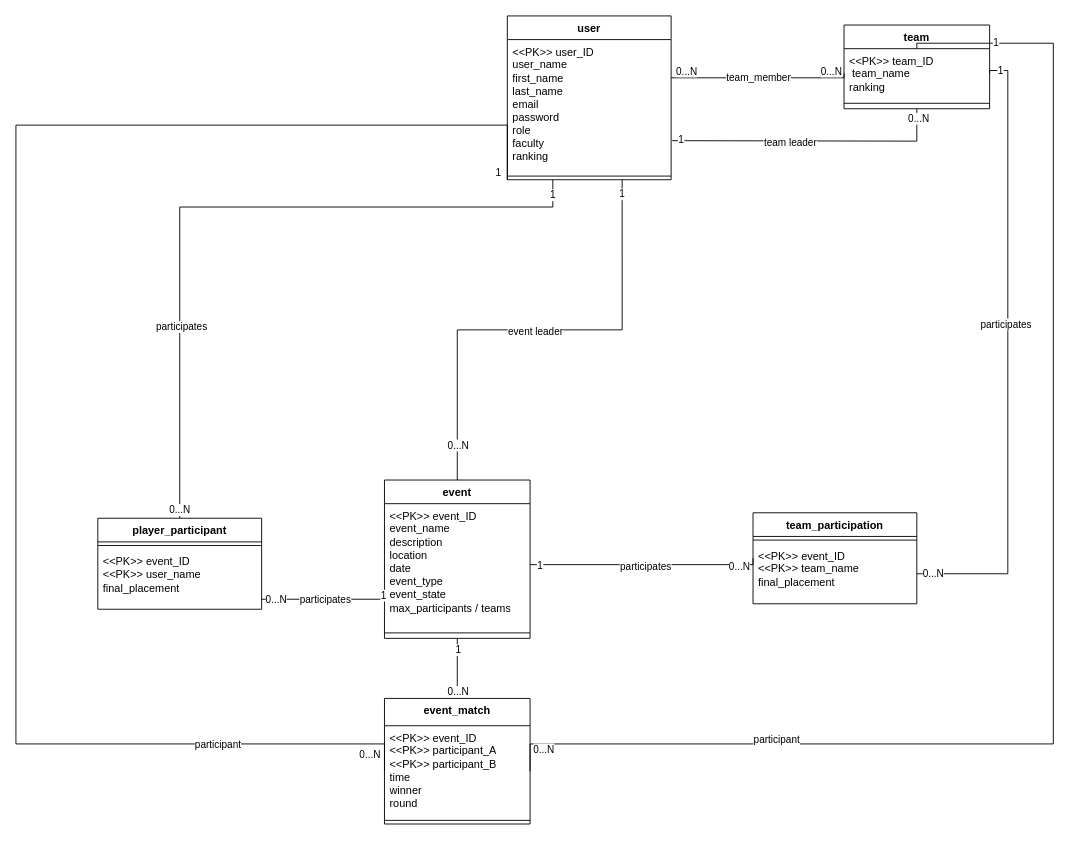
xschons00/IIS_TURNIS_system keeps this draw.io diagram as docs/erd_diagram.drawio. Above is the earlier version. Source tidied: cells renumbered, new cells numbered last; positions are measured from the earlier drawing's top-left corner, leaving out a move shared by most shapes. Both pictures are drawn from the tidied source at 91%, with x=0, y=0 at pixel (15, 15).
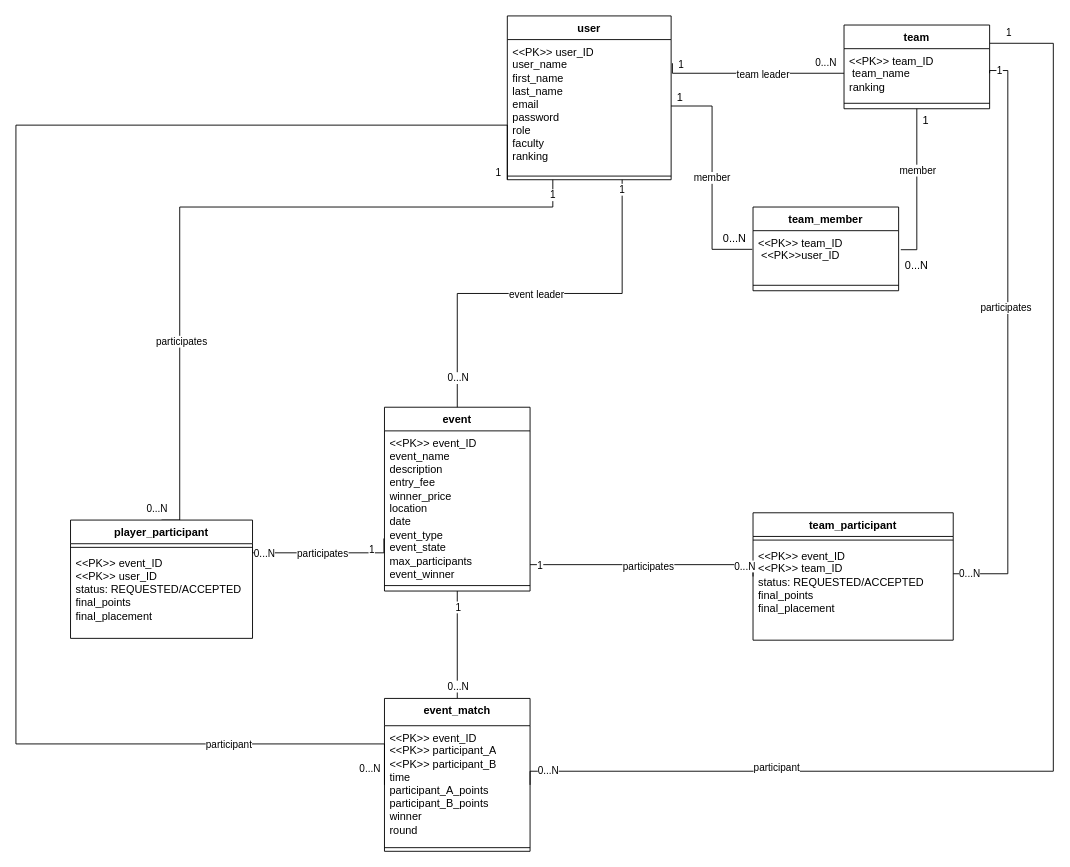
After the change.

The change refers to these unchanged cells:
```xml
<mxCell id="2" style="edgeStyle=orthogonalEdgeStyle;rounded=0;jettySize=auto;html=1;entryX=0.5;entryY=0;entryDx=0;entryDy=0;endArrow=none;endFill=0;" parent="1" edge="1" source="10" target="45">
  <mxGeometry relative="1" as="geometry">
    <Array as="points">
      <mxPoint x="590" y="210" />
      <mxPoint x="180" y="210" />
    </Array>
  </mxGeometry>
</mxCell>
<mxCell id="11" value="&lt;div&gt;&amp;lt;&amp;lt;PK&amp;gt;&amp;gt; user_ID&lt;/div&gt;&lt;div&gt;user_name&lt;/div&gt;&lt;div&gt;first_name&lt;/div&gt;&lt;div&gt;last_name&lt;/div&gt;&lt;div&gt;email&lt;/div&gt;&lt;div&gt;password&lt;/div&gt;&lt;div&gt;role&lt;/div&gt;&lt;div&gt;faculty&lt;/div&gt;&lt;div&gt;ranking&lt;/div&gt;&lt;div&gt;&lt;br&gt;&lt;br&gt;&lt;/div&gt;" style="text;strokeColor=none;fillColor=none;align=left;verticalAlign=top;spacingLeft=4;spacingRight=4;overflow=hidden;points=[[0,0.5],[1,0.5]];portConstraint=eastwest;whiteSpace=wrap;html=1;" parent="10" vertex="1">
  <mxGeometry y="26" width="180" height="146" as="geometry" />
</mxCell>
<mxCell id="13" value="team" style="swimlane;fontStyle=1;align=center;verticalAlign=top;horizontal=1;startSize=26;whiteSpace=wrap;html=1;" parent="1" vertex="1">
  <mxGeometry x="910" y="10" width="160" height="92" as="geometry" />
</mxCell>
<mxCell id="14" value="&lt;div&gt;&amp;lt;&amp;lt;PK&amp;gt;&amp;gt; team_ID&lt;/div&gt;&lt;div&gt;&amp;nbsp;team_name&lt;/div&gt;&lt;div&gt;ranking&lt;/div&gt;&lt;div&gt;&lt;br&gt;&lt;/div&gt;&lt;div&gt;&lt;br&gt;&lt;/div&gt;" style="text;strokeColor=none;fillColor=none;align=left;verticalAlign=top;spacingLeft=4;spacingRight=4;overflow=hidden;points=[[0,0.5],[1,0.5]];portConstraint=eastwest;whiteSpace=wrap;html=1;" parent="13" vertex="1">
  <mxGeometry y="26" width="160" height="54" as="geometry" />
</mxCell>
```

The edit, as a diff of the source:
```diff
@@
     <mxCell id="4" value="0...N" style="edgeLabel;html=1;align=center;verticalAlign=middle;" parent="2" vertex="1">
       <mxGeometry x="0.98" y="-1" relative="1" as="geometry">
-        <mxPoint y="-2" as="offset" />
+        <mxPoint x="-14" y="-12" as="offset" />
       </mxGeometry>
     </mxCell>
@@
     <mxCell id="19" value="event" style="swimlane;fontStyle=1;align=center;verticalAlign=top;horizontal=1;startSize=26;whiteSpace=wrap;html=1;" parent="1" vertex="1">
-      <mxGeometry x="405" y="510" width="160" height="174" as="geometry" />
+      <mxGeometry x="405" y="430" width="160" height="202" as="geometry" />
     </mxCell>
-    <mxCell id="20" value="&lt;div&gt;&amp;lt;&amp;lt;PK&amp;gt;&amp;gt; event_ID&lt;/div&gt;&lt;div&gt;event_name&lt;/div&gt;&lt;div&gt;&lt;div&gt;description&lt;/div&gt;&lt;div&gt;location&lt;/div&gt;&lt;/div&gt;&lt;div&gt;date&lt;/div&gt;&lt;div&gt;event_type&lt;/div&gt;&lt;div&gt;event_state&lt;/div&gt;&lt;div&gt;max_participants / teams&lt;/div&gt;" style="text;strokeColor=none;fillColor=none;align=left;verticalAlign=top;spacingLeft=4;spacingRight=4;overflow=hidden;points=[[0,0.5],[1,0.5]];portConstraint=eastwest;whiteSpace=wrap;html=1;" parent="19" vertex="1">
-      <mxGeometry y="26" width="160" height="136" as="geometry" />
+    <mxCell id="20" value="&lt;div&gt;&amp;lt;&amp;lt;PK&amp;gt;&amp;gt; event_ID&lt;/div&gt;&lt;div&gt;event_name&lt;/div&gt;&lt;div&gt;&lt;div&gt;description&lt;/div&gt;&lt;div&gt;entry_fee&lt;/div&gt;&lt;div&gt;winner_price&lt;/div&gt;&lt;div&gt;location&lt;/div&gt;&lt;/div&gt;&lt;div&gt;date&lt;/div&gt;&lt;div&gt;event_type&lt;/div&gt;&lt;div&gt;event_state&lt;/div&gt;&lt;div&gt;max_participants&lt;/div&gt;event_winner" style="text;strokeColor=none;fillColor=none;align=left;verticalAlign=top;spacingLeft=4;spacingRight=4;overflow=hidden;points=[[0,0.5],[1,0.5]];portConstraint=eastwest;whiteSpace=wrap;html=1;" parent="19" vertex="1">
+      <mxGeometry y="26" width="160" height="164" as="geometry" />
     </mxCell>
     <mxCell id="21" style="line;strokeWidth=1;fillColor=none;align=left;verticalAlign=middle;spacingTop=-1;spacingLeft=3;spacingRight=3;labelPosition=right;strokeColor=inherit;" parent="19" vertex="1">
-      <mxGeometry y="162" width="160" height="12" as="geometry" />
+      <mxGeometry y="190" width="160" height="12" as="geometry" />
     </mxCell>
@@
-    <mxCell id="26" style="edgeStyle=orthogonalEdgeStyle;rounded=0;jettySize=auto;html=1;entryX=0;entryY=0.5;entryDx=0;entryDy=0;endArrow=none;endFill=0;" parent="1" edge="1" source="11" target="14">
-      <mxGeometry relative="1" as="geometry">
-        <Array as="points">
-          <mxPoint x="910" y="68" />
-        </Array>
-      </mxGeometry>
-    </mxCell>
-    <mxCell id="27" value="team_member" style="edgeLabel;html=1;align=center;verticalAlign=middle;" parent="26" vertex="1">
-      <mxGeometry x="-0.03" y="1" relative="1" as="geometry" />
-    </mxCell>
-    <mxCell id="28" value="0...N" style="edgeLabel;html=1;align=center;verticalAlign=middle;" parent="26" vertex="1">
-      <mxGeometry x="-0.91" y="1" relative="1" as="geometry">
-        <mxPoint x="7" y="-7" as="offset" />
-      </mxGeometry>
-    </mxCell>
-    <mxCell id="29" value="0...N" style="edgeLabel;html=1;align=center;verticalAlign=middle;" parent="26" vertex="1">
-      <mxGeometry x="0.82" y="-1" relative="1" as="geometry">
-        <mxPoint x="-2" y="-9" as="offset" />
-      </mxGeometry>
-    </mxCell>
-    <mxCell id="30" style="edgeStyle=orthogonalEdgeStyle;rounded=0;jettySize=auto;html=1;entryX=0.5;entryY=1;entryDx=0;entryDy=0;endArrow=none;endFill=0;exitX=1.006;exitY=0.265;exitDx=0;exitDy=0;exitPerimeter=0;" parent="1" edge="1" target="13">
+    <mxCell id="30" style="edgeStyle=orthogonalEdgeStyle;rounded=0;jettySize=auto;html=1;entryX=0;entryY=0.5;entryDx=0;entryDy=0;endArrow=none;endFill=0;exitX=1.008;exitY=0.178;exitDx=0;exitDy=0;exitPerimeter=0;" parent="1" edge="1" source="11" target="14">
       <mxGeometry relative="1" as="geometry">
-        <mxPoint x="721.1" y="137.1" as="sourcePoint" />
+        <Array as="points">
+          <mxPoint x="721" y="63" />
+        </Array>
       </mxGeometry>
     </mxCell>
@@
     <mxCell id="32" value="1" style="edgeLabel;html=1;align=center;verticalAlign=middle;" parent="30" vertex="1">
       <mxGeometry x="-0.94" y="-2" relative="1" as="geometry">
-        <mxPoint y="-4" as="offset" />
+        <mxPoint x="11" y="-4" as="offset" />
       </mxGeometry>
     </mxCell>
     <mxCell id="33" value="0...N" style="edgeLabel;html=1;align=center;verticalAlign=middle;" parent="30" vertex="1">
-      <mxGeometry x="0.93" y="-1" relative="1" as="geometry" />
+      <mxGeometry x="0.93" y="-1" relative="1" as="geometry">
+        <mxPoint x="-14" y="-14" as="offset" />
+      </mxGeometry>
     </mxCell>
-    <mxCell id="34" value="team_participation" style="swimlane;fontStyle=1;align=center;verticalAlign=top;horizontal=1;startSize=26;whiteSpace=wrap;html=1;" parent="1" vertex="1">
-      <mxGeometry x="810" y="546" width="180" height="100" as="geometry" />
+    <mxCell id="34" value="team_participant" style="swimlane;fontStyle=1;align=center;verticalAlign=top;horizontal=1;startSize=26;whiteSpace=wrap;html=1;" parent="1" vertex="1">
+      <mxGeometry x="810" y="546" width="220" height="140" as="geometry" />
     </mxCell>
     <mxCell id="35" style="line;strokeWidth=1;fillColor=none;align=left;verticalAlign=middle;spacingTop=-1;spacingLeft=3;spacingRight=3;labelPosition=right;strokeColor=inherit;" parent="34" vertex="1">
-      <mxGeometry y="26" width="180" height="8" as="geometry" />
+      <mxGeometry y="26" width="220" height="8" as="geometry" />
     </mxCell>
-    <mxCell id="36" value="&lt;div&gt;&amp;lt;&amp;lt;PK&amp;gt;&amp;gt; event_ID&lt;/div&gt;&lt;div&gt;&amp;lt;&amp;lt;PK&amp;gt;&amp;gt; team_name&lt;/div&gt;&lt;div&gt;final_placement&lt;/div&gt;" style="text;strokeColor=none;fillColor=none;align=left;verticalAlign=top;spacingLeft=4;spacingRight=4;overflow=hidden;points=[[0,0.5],[1,0.5]];portConstraint=eastwest;whiteSpace=wrap;html=1;" parent="34" vertex="1">
-      <mxGeometry y="34" width="180" height="66" as="geometry" />
+    <mxCell id="36" value="&lt;div&gt;&amp;lt;&amp;lt;PK&amp;gt;&amp;gt; event_ID&lt;/div&gt;&lt;div&gt;&amp;lt;&amp;lt;PK&amp;gt;&amp;gt; team_ID&lt;/div&gt;&lt;div&gt;&lt;div&gt;status: REQUESTED/ACCEPTED&lt;/div&gt;&lt;div&gt;final_points&lt;/div&gt;&lt;div&gt;final_placement&lt;/div&gt;&lt;/div&gt;" style="text;strokeColor=none;fillColor=none;align=left;verticalAlign=top;spacingLeft=4;spacingRight=4;overflow=hidden;points=[[0,0.5],[1,0.5]];portConstraint=eastwest;whiteSpace=wrap;html=1;" parent="34" vertex="1">
+      <mxGeometry y="34" width="220" height="106" as="geometry" />
     </mxCell>
@@
     <mxCell id="45" value="player_participant" style="swimlane;fontStyle=1;align=center;verticalAlign=top;horizontal=1;startSize=26;whiteSpace=wrap;html=1;" parent="1" vertex="1">
-      <mxGeometry x="90" y="552" width="180" height="100" as="geometry" />
+      <mxGeometry x="60" y="554" width="200" height="130" as="geometry" />
     </mxCell>
     <mxCell id="46" style="line;strokeWidth=1;fillColor=none;align=left;verticalAlign=middle;spacingTop=-1;spacingLeft=3;spacingRight=3;labelPosition=right;strokeColor=inherit;" parent="45" vertex="1">
-      <mxGeometry y="26" width="180" height="8" as="geometry" />
+      <mxGeometry y="26" width="200" height="8" as="geometry" />
     </mxCell>
-    <mxCell id="47" value="&lt;div&gt;&amp;lt;&amp;lt;PK&amp;gt;&amp;gt; event_ID&lt;/div&gt;&lt;div&gt;&amp;lt;&amp;lt;PK&amp;gt;&amp;gt; user_name&lt;/div&gt;&lt;div&gt;final_placement&lt;/div&gt;" style="text;strokeColor=none;fillColor=none;align=left;verticalAlign=top;spacingLeft=4;spacingRight=4;overflow=hidden;points=[[0,0.5],[1,0.5]];portConstraint=eastwest;whiteSpace=wrap;html=1;" parent="45" vertex="1">
-      <mxGeometry y="34" width="180" height="66" as="geometry" />
+    <mxCell id="47" value="&lt;div&gt;&amp;lt;&amp;lt;PK&amp;gt;&amp;gt; event_ID&lt;/div&gt;&lt;div&gt;&amp;lt;&amp;lt;PK&amp;gt;&amp;gt; user_ID&lt;/div&gt;&lt;div&gt;status: REQUESTED/ACCEPTED&lt;/div&gt;&lt;div&gt;final_points&lt;/div&gt;&lt;div&gt;final_placement&lt;/div&gt;" style="text;strokeColor=none;fillColor=none;align=left;verticalAlign=top;spacingLeft=4;spacingRight=4;overflow=hidden;points=[[0,0.5],[1,0.5]];portConstraint=eastwest;whiteSpace=wrap;html=1;" parent="45" vertex="1">
+      <mxGeometry y="34" width="200" height="96" as="geometry" />
     </mxCell>
-    <mxCell id="48" style="edgeStyle=orthogonalEdgeStyle;rounded=0;jettySize=auto;html=1;entryX=-0.004;entryY=0.721;entryDx=0;entryDy=0;entryPerimeter=0;endArrow=none;endFill=0;" parent="1" edge="1" source="47" target="20">
+    <mxCell id="48" style="edgeStyle=orthogonalEdgeStyle;rounded=0;jettySize=auto;html=1;entryX=-0.004;entryY=0.721;entryDx=0;entryDy=0;entryPerimeter=0;endArrow=none;endFill=0;exitX=1;exitY=0.25;exitDx=0;exitDy=0;" parent="1" edge="1" source="45" target="20">
       <mxGeometry relative="1" as="geometry">
         <Array as="points">
-          <mxPoint x="300" y="641" />
-          <mxPoint x="300" y="641" />
+          <mxPoint x="260" y="590" />
+          <mxPoint x="404" y="590" />
         </Array>
       </mxGeometry>
     </mxCell>
@@
     <mxCell id="51" value="1" style="edgeLabel;html=1;align=center;verticalAlign=middle;" parent="48" vertex="1">
       <mxGeometry x="0.94" y="-1" relative="1" as="geometry">
-        <mxPoint x="-2" y="-2" as="offset" />
+        <mxPoint x="-15" y="8" as="offset" />
       </mxGeometry>
     </mxCell>
     <mxCell id="52" value="&lt;div&gt;event_match&lt;/div&gt;" style="swimlane;fontStyle=1;align=center;verticalAlign=top;horizontal=1;startSize=30;whiteSpace=wrap;html=1;" parent="1" vertex="1">
-      <mxGeometry x="405" y="750" width="160" height="138" as="geometry" />
+      <mxGeometry x="405" y="750" width="160" height="168" as="geometry" />
     </mxCell>
-    <mxCell id="53" value="&lt;div&gt;&amp;lt;&amp;lt;PK&amp;gt;&amp;gt; event_ID&lt;/div&gt;&lt;div&gt;&amp;lt;&amp;lt;PK&amp;gt;&amp;gt; participant_A&lt;/div&gt;&lt;div&gt;&amp;lt;&amp;lt;PK&amp;gt;&amp;gt; participant_B&lt;/div&gt;&lt;div&gt;time&lt;/div&gt;&lt;div&gt;winner&lt;/div&gt;&lt;div&gt;round&lt;/div&gt;&lt;div&gt;&lt;br&gt;&lt;/div&gt;" style="text;strokeColor=none;fillColor=none;align=left;verticalAlign=top;spacingLeft=4;spacingRight=4;overflow=hidden;points=[[0,0.5],[1,0.5]];portConstraint=eastwest;whiteSpace=wrap;html=1;" parent="52" vertex="1">
-      <mxGeometry y="30" width="160" height="100" as="geometry" />
+    <mxCell id="53" value="&lt;div&gt;&amp;lt;&amp;lt;PK&amp;gt;&amp;gt; event_ID&lt;/div&gt;&lt;div&gt;&amp;lt;&amp;lt;PK&amp;gt;&amp;gt; participant_A&lt;/div&gt;&lt;div&gt;&amp;lt;&amp;lt;PK&amp;gt;&amp;gt; participant_B&lt;/div&gt;&lt;div&gt;time&lt;/div&gt;&lt;div&gt;participant_A_points&lt;/div&gt;&lt;div&gt;participant_B_points&lt;/div&gt;&lt;div&gt;winner&lt;/div&gt;&lt;div&gt;round&lt;/div&gt;&lt;div&gt;&lt;br&gt;&lt;/div&gt;" style="text;strokeColor=none;fillColor=none;align=left;verticalAlign=top;spacingLeft=4;spacingRight=4;overflow=hidden;points=[[0,0.5],[1,0.5]];portConstraint=eastwest;whiteSpace=wrap;html=1;" parent="52" vertex="1">
+      <mxGeometry y="30" width="160" height="130" as="geometry" />
     </mxCell>
     <mxCell id="54" style="line;strokeWidth=1;fillColor=none;align=left;verticalAlign=middle;spacingTop=-1;spacingLeft=3;spacingRight=3;labelPosition=right;strokeColor=inherit;" parent="52" vertex="1">
-      <mxGeometry y="130" width="160" height="8" as="geometry" />
+      <mxGeometry y="160" width="160" height="8" as="geometry" />
     </mxCell>
-    <mxCell id="55" style="edgeStyle=orthogonalEdgeStyle;rounded=0;jettySize=auto;html=1;entryX=1;entryY=0.5;entryDx=0;entryDy=0;endArrow=none;endFill=0;" parent="1" edge="1" source="14" target="53">
+    <mxCell id="55" style="edgeStyle=orthogonalEdgeStyle;rounded=0;jettySize=auto;html=1;entryX=1;entryY=0.5;entryDx=0;entryDy=0;endArrow=none;endFill=0;exitX=1.001;exitY=0.218;exitDx=0;exitDy=0;exitPerimeter=0;" parent="1" edge="1" source="13" target="53">
       <mxGeometry relative="1" as="geometry">
         <Array as="points">
-          <mxPoint x="990" y="30" />
           <mxPoint x="1140" y="30" />
-          <mxPoint x="1140" y="800" />
+          <mxPoint x="1140" y="830" />
         </Array>
       </mxGeometry>
     </mxCell>
@@
     <mxCell id="58" value="1" style="edgeLabel;html=1;align=center;verticalAlign=middle;" parent="55" vertex="1">
-      <mxGeometry x="-0.88" y="1" relative="1" as="geometry" />
+      <mxGeometry x="-0.88" y="1" relative="1" as="geometry">
+        <mxPoint x="-51" y="-30" as="offset" />
+      </mxGeometry>
     </mxCell>
+    <mxCell id="27" value="team_member" style="swimlane;fontStyle=1;align=center;verticalAlign=top;horizontal=1;startSize=26;whiteSpace=wrap;html=1;" parent="1" vertex="1">
+      <mxGeometry x="810" y="210" width="160" height="92" as="geometry" />
+    </mxCell>
+    <mxCell id="59" value="&lt;div&gt;&amp;lt;&amp;lt;PK&amp;gt;&amp;gt; team_ID&lt;/div&gt;&lt;div&gt;&amp;nbsp;&amp;lt;&amp;lt;PK&amp;gt;&amp;gt;user_ID&lt;/div&gt;&lt;div&gt;&lt;br&gt;&lt;/div&gt;&lt;div&gt;&lt;br&gt;&lt;/div&gt;" style="text;strokeColor=none;fillColor=none;align=left;verticalAlign=top;spacingLeft=4;spacingRight=4;overflow=hidden;points=[[0,0.5],[1,0.5]];portConstraint=eastwest;whiteSpace=wrap;html=1;" parent="27" vertex="1">
+      <mxGeometry y="26" width="160" height="54" as="geometry" />
+    </mxCell>
+    <mxCell id="60" style="line;strokeWidth=1;fillColor=none;align=left;verticalAlign=middle;spacingTop=-1;spacingLeft=3;spacingRight=3;labelPosition=right;strokeColor=inherit;" parent="27" vertex="1">
+      <mxGeometry y="80" width="160" height="12" as="geometry" />
+    </mxCell>
+    <mxCell id="61" style="edgeStyle=orthogonalEdgeStyle;rounded=0;jettySize=auto;html=1;entryX=-0.005;entryY=0.379;entryDx=0;entryDy=0;entryPerimeter=0;endArrow=none;endFill=0;" parent="1" edge="1" source="11" target="59">
+      <mxGeometry relative="1" as="geometry" />
+    </mxCell>
+    <mxCell id="62" value="member" style="edgeLabel;html=1;align=center;verticalAlign=middle;" parent="61" vertex="1">
+      <mxGeometry y="-1" relative="1" as="geometry" />
+    </mxCell>
+    <mxCell id="63" style="edgeStyle=orthogonalEdgeStyle;rounded=0;jettySize=auto;html=1;entryX=1.015;entryY=0.387;entryDx=0;entryDy=0;entryPerimeter=0;endArrow=none;endFill=0;" parent="1" edge="1" source="13" target="59">
+      <mxGeometry relative="1" as="geometry" />
+    </mxCell>
+    <mxCell id="64" value="member" style="edgeLabel;html=1;align=center;verticalAlign=middle;" parent="63" vertex="1">
+      <mxGeometry x="-0.22" relative="1" as="geometry" />
+    </mxCell>
+    <mxCell id="65" value="1" style="text;html=1;whiteSpace=wrap;strokeColor=none;fillColor=none;align=center;verticalAlign=middle;rounded=0;" parent="1" vertex="1">
+      <mxGeometry x="700" y="75" width="60" height="30" as="geometry" />
+    </mxCell>
+    <mxCell id="66" value="0...N" style="text;html=1;whiteSpace=wrap;strokeColor=none;fillColor=none;align=center;verticalAlign=middle;rounded=0;" parent="1" vertex="1">
+      <mxGeometry x="760" y="230" width="60" height="30" as="geometry" />
+    </mxCell>
+    <mxCell id="67" value="0...N" style="text;html=1;whiteSpace=wrap;strokeColor=none;fillColor=none;align=center;verticalAlign=middle;rounded=0;" parent="1" vertex="1">
+      <mxGeometry x="960" y="260" width="60" height="30" as="geometry" />
+    </mxCell>
+    <mxCell id="68" value="1" style="text;html=1;whiteSpace=wrap;strokeColor=none;fillColor=none;align=center;verticalAlign=middle;rounded=0;" parent="1" vertex="1">
+      <mxGeometry x="970" y="100" width="60" height="30" as="geometry" />
+    </mxCell>
```
